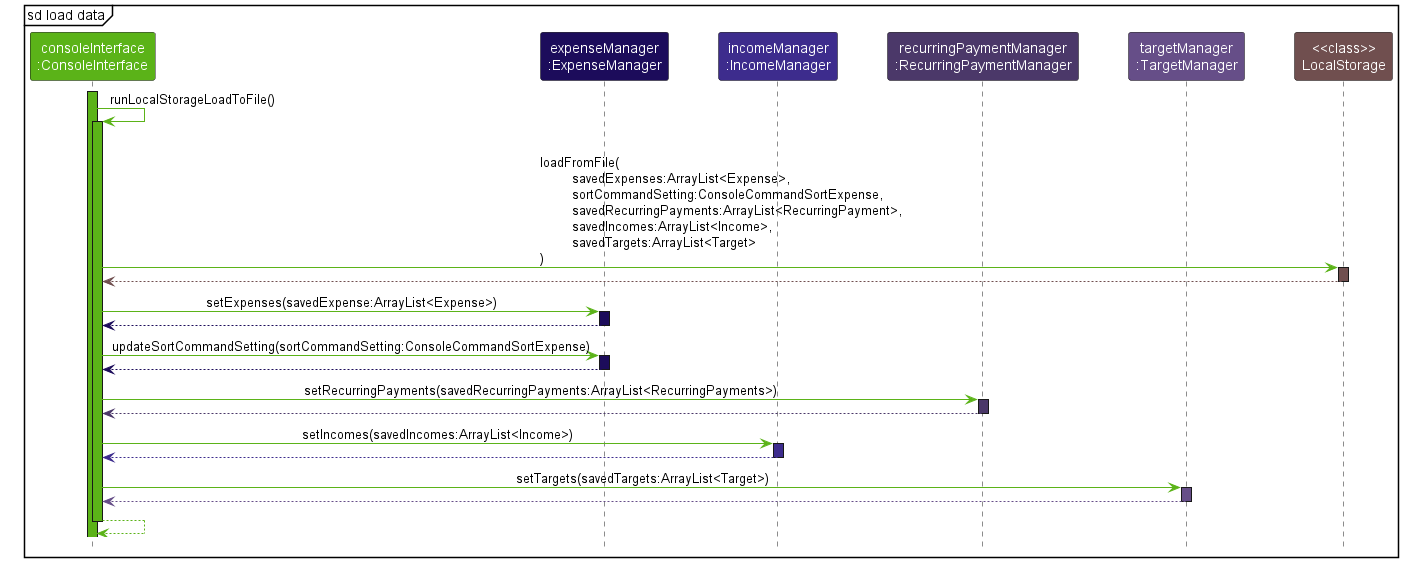
nus-cs2113-AY2223S1/tp keeps this PlantUML diagram as docs/images/ImplementationSDLoadData.png. Above is the earlier version.
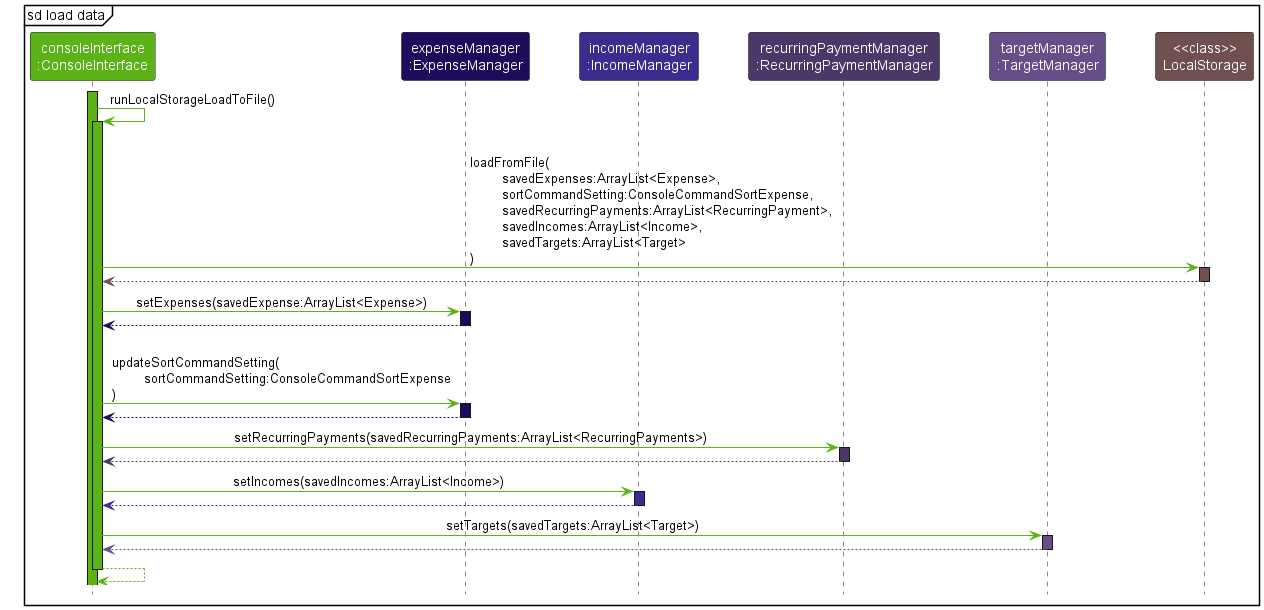
The same file after the commit.

Commit message:
Update load data sd

The edit, as a diff of the source:
```diff
@@ -29,7 +29,7 @@
 expenseManager --[DATA_COLOR_1]> consoleInterface
 deactivate expenseManager
 
-consoleInterface -[USER_INTERFACE_COLOR_1]> expenseManager : updateSortCommandSetting(sortCommandSetting:ConsoleCommandSortExpense)
+consoleInterface -[USER_INTERFACE_COLOR_1]> expenseManager : \lupdateSortCommandSetting(\n\tsortCommandSetting:ConsoleCommandSortExpense\n)
 activate expenseManager DATA_COLOR_1
 
 expenseManager --[DATA_COLOR_1]> consoleInterface
```
